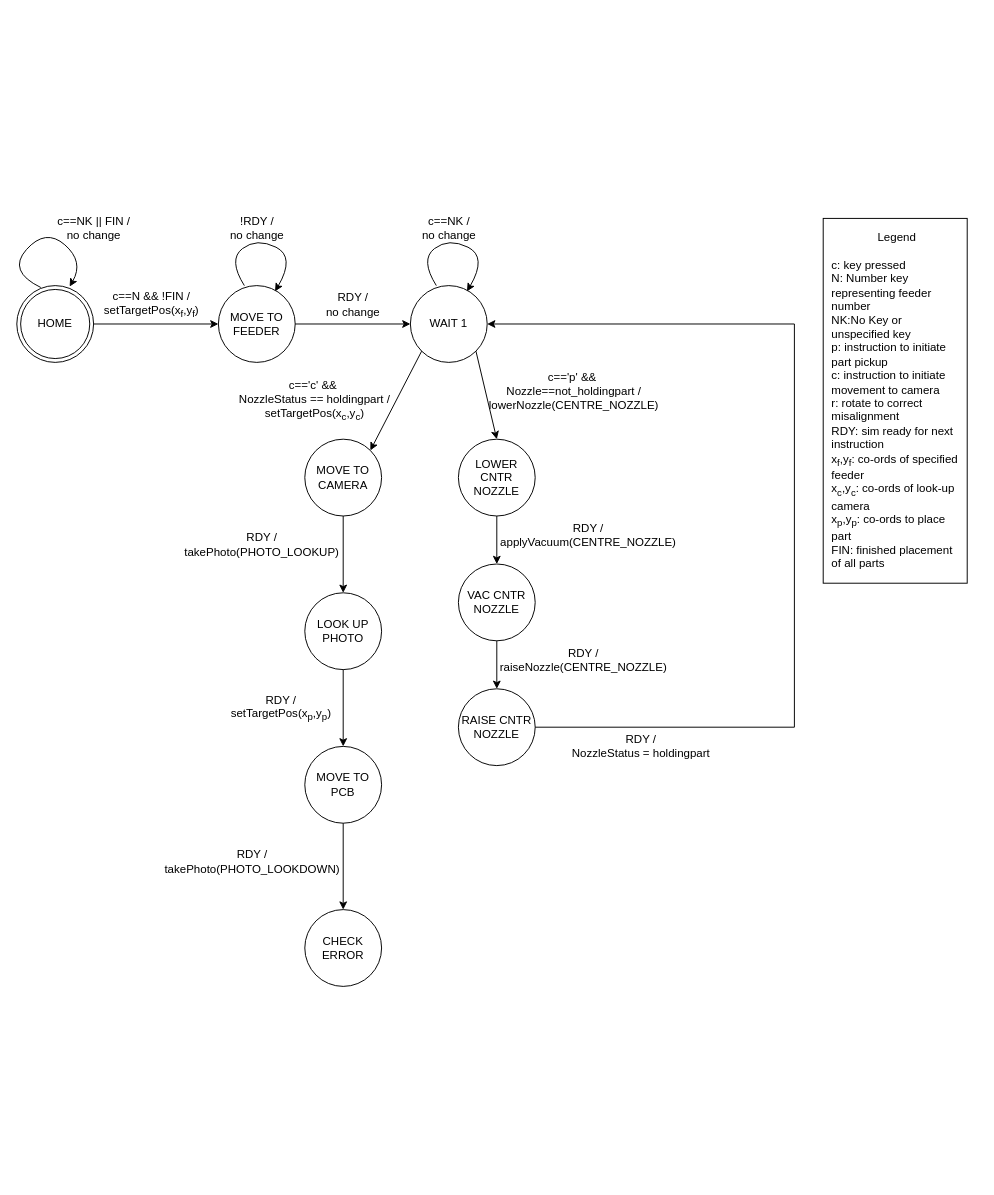
Above: statediagrampartA.drawio in djinncat/ELE4307_assignment1_2024 (draw.io), before the change. Source tidied: cells renumbered, new cells numbered last; positions are measured from the earlier drawing's top-left corner, leaving out a move shared by most shapes. Both pictures are drawn from the tidied source at 96%, with x=0, y=0 at pixel (7, 208).
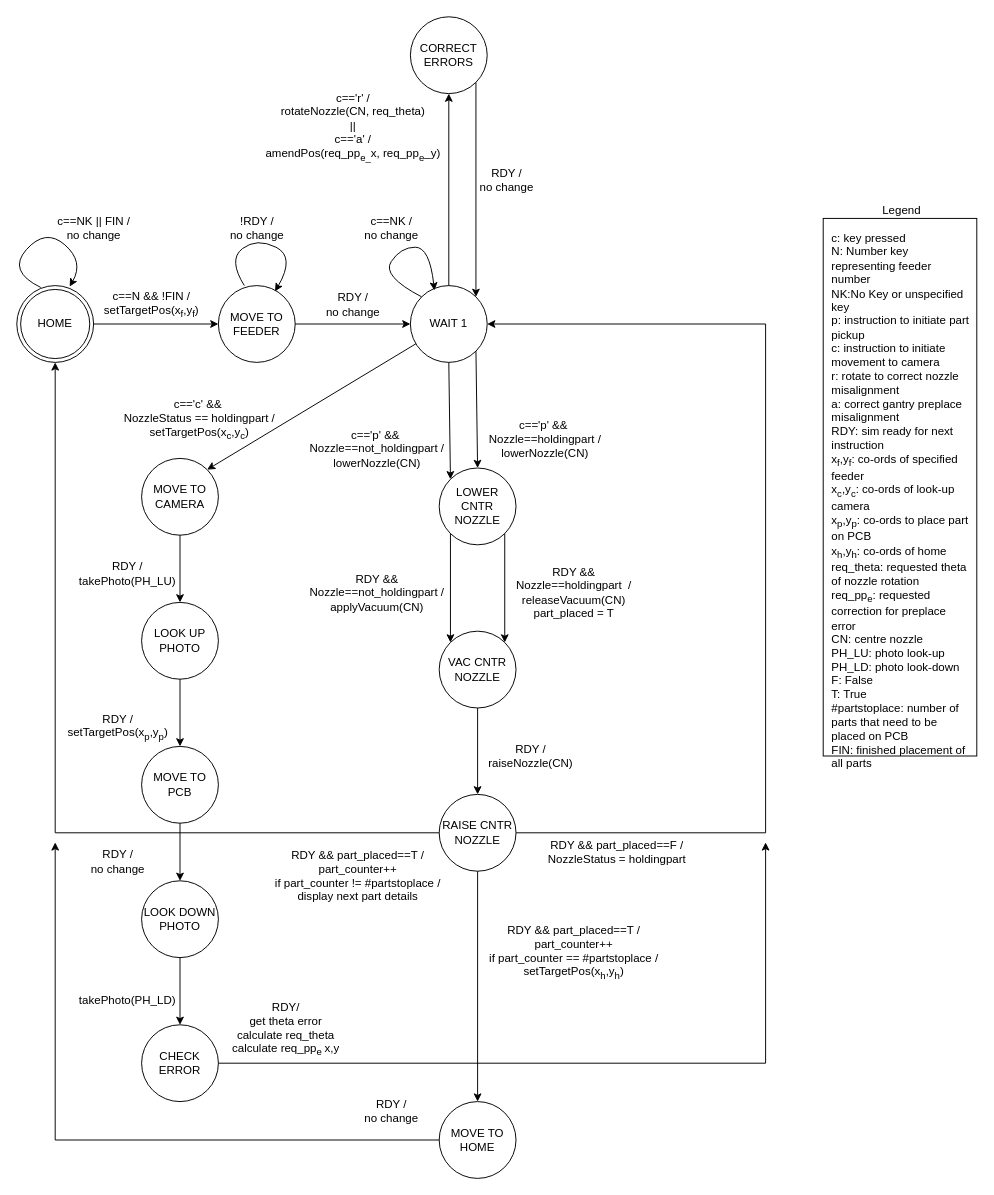
The same page after the edit.

Unchanged cells that the change refers to:
```xml
<mxCell id="2" value="HOME" style="ellipse;shape=doubleEllipse;whiteSpace=wrap;html=1;fillColor=none;" parent="1" vertex="1">
  <mxGeometry x="10" y="80" width="80" height="80" as="geometry" />
</mxCell>
<mxCell id="10" value="WAIT 1" style="ellipse;whiteSpace=wrap;html=1;fillColor=none;" parent="1" vertex="1">
  <mxGeometry x="420" y="80" width="80" height="80" as="geometry" />
</mxCell>
```

Change to the diagram source:
```diff
@@
-    <mxCell id="13" style="curved=1;endArrow=classic;html=1;rounded=0;entryX=0.738;entryY=0.075;entryDx=0;entryDy=0;entryPerimeter=0;exitX=0.338;exitY=0;exitDx=0;exitDy=0;exitPerimeter=0;" parent="1" edge="1">
+    <mxCell id="13" style="curved=1;endArrow=classic;html=1;rounded=0;entryX=0.313;entryY=0.063;entryDx=0;entryDy=0;entryPerimeter=0;exitX=0;exitY=0;exitDx=0;exitDy=0;" parent="1" edge="1" source="10" target="10">
       <mxGeometry relative="1" as="geometry">
-        <mxPoint x="447" y="80" as="sourcePoint" />
-        <mxPoint x="479" y="86" as="targetPoint" />
         <Array as="points">
-          <mxPoint x="430" y="53" />
-          <mxPoint x="460" y="30" />
-          <mxPoint x="500" y="50" />
+          <mxPoint x="390" y="70" />
+          <mxPoint x="410" y="40" />
+          <mxPoint x="440" y="40" />
         </Array>
       </mxGeometry>
     </mxCell>
     <mxCell id="14" value="&lt;div&gt;c==NK /&lt;br&gt;&lt;/div&gt;&lt;div&gt;no change&lt;br&gt;&lt;/div&gt;" style="text;html=1;align=center;verticalAlign=middle;strokeColor=none;fillColor=none;" parent="1" vertex="1">
-      <mxGeometry x="420" width="80" height="40" as="geometry" />
+      <mxGeometry x="360" width="80" height="40" as="geometry" />
     </mxCell>
-    <mxCell id="15" value="&lt;div&gt;Legend&lt;/div&gt;&lt;div&gt;&lt;br&gt;&lt;/div&gt;&lt;div align=&quot;left&quot;&gt;c: key pressed&lt;/div&gt;&lt;div align=&quot;left&quot;&gt;N: Number key representing feeder number&lt;/div&gt;&lt;div align=&quot;left&quot;&gt;NK:No Key or unspecified key&lt;/div&gt;&lt;div align=&quot;left&quot;&gt;p: instruction to initiate part pickup&lt;/div&gt;&lt;div align=&quot;left&quot;&gt;c: instruction to initiate movement to camera&lt;/div&gt;&lt;div align=&quot;left&quot;&gt;r: rotate to correct misalignment&lt;br&gt;&lt;/div&gt;&lt;div align=&quot;left&quot;&gt;RDY: sim ready for next instruction&lt;/div&gt;&lt;div align=&quot;left&quot;&gt;x&lt;sub&gt;f&lt;/sub&gt;,y&lt;sub&gt;f&lt;/sub&gt;: co-ords of specified feeder&lt;/div&gt;&lt;div align=&quot;left&quot;&gt;x&lt;sub&gt;c&lt;/sub&gt;,y&lt;sub&gt;c&lt;/sub&gt;: co-ords of look-up camera&lt;/div&gt;&lt;div align=&quot;left&quot;&gt;x&lt;sub&gt;p&lt;/sub&gt;,y&lt;sub&gt;p&lt;/sub&gt;: co-ords to place part&lt;/div&gt;&lt;div align=&quot;left&quot;&gt;FIN: finished placement of all parts&lt;br&gt;&lt;/div&gt;" style="rounded=0;whiteSpace=wrap;html=1;fillColor=none;perimeterSpacing=0;spacingRight=4;spacingLeft=8;" parent="1" vertex="1">
-      <mxGeometry x="850" y="10" width="150" height="380" as="geometry" />
+    <mxCell id="15" value="&lt;div&gt;Legend&lt;/div&gt;&lt;div&gt;&lt;br&gt;&lt;/div&gt;&lt;div align=&quot;left&quot;&gt;c: key pressed&lt;/div&gt;&lt;div align=&quot;left&quot;&gt;N: Number key representing feeder number&lt;/div&gt;&lt;div align=&quot;left&quot;&gt;NK:No Key or unspecified key&lt;/div&gt;&lt;div align=&quot;left&quot;&gt;p: instruction to initiate part pickup&lt;/div&gt;&lt;div align=&quot;left&quot;&gt;c: instruction to initiate movement to camera&lt;/div&gt;&lt;div align=&quot;left&quot;&gt;r: rotate to correct nozzle misalignment&lt;/div&gt;&lt;div align=&quot;left&quot;&gt;a: correct gantry preplace misalignment&lt;br&gt;&lt;/div&gt;&lt;div align=&quot;left&quot;&gt;RDY: sim ready for next instruction&lt;/div&gt;&lt;div align=&quot;left&quot;&gt;x&lt;sub&gt;f&lt;/sub&gt;,y&lt;sub&gt;f&lt;/sub&gt;: co-ords of specified feeder&lt;/div&gt;&lt;div align=&quot;left&quot;&gt;x&lt;sub&gt;c&lt;/sub&gt;,y&lt;sub&gt;c&lt;/sub&gt;: co-ords of look-up camera&lt;/div&gt;&lt;div align=&quot;left&quot;&gt;x&lt;sub&gt;p&lt;/sub&gt;,y&lt;sub&gt;p&lt;/sub&gt;: co-ords to place part on PCB&lt;br&gt;&lt;/div&gt;&lt;div align=&quot;left&quot;&gt;x&lt;sub&gt;h&lt;/sub&gt;,y&lt;sub&gt;h&lt;/sub&gt;: co-ords of home&lt;br&gt;&lt;/div&gt;&lt;div align=&quot;left&quot;&gt;req_theta: requested theta of nozzle rotation&lt;br&gt;&lt;/div&gt;&lt;div align=&quot;left&quot;&gt;req_pp&lt;sub&gt;e&lt;/sub&gt;: requested correction for preplace error&lt;/div&gt;&lt;div align=&quot;left&quot;&gt;CN: centre nozzle&lt;/div&gt;&lt;div align=&quot;left&quot;&gt;PH_LU: photo look-up&lt;/div&gt;&lt;div align=&quot;left&quot;&gt;PH_LD: photo look-down&lt;/div&gt;&lt;div align=&quot;left&quot;&gt;F: False&lt;/div&gt;&lt;div align=&quot;left&quot;&gt;T: True&lt;/div&gt;&lt;div align=&quot;left&quot;&gt;#partstoplace: number of parts that need to be placed on PCB&lt;br&gt;&lt;/div&gt;&lt;div align=&quot;left&quot;&gt;FIN: finished placement of all parts&lt;br&gt;&lt;/div&gt;" style="rounded=0;whiteSpace=wrap;html=1;fillColor=none;perimeterSpacing=0;spacingRight=4;spacingLeft=8;" parent="1" vertex="1">
+      <mxGeometry x="850" y="10" width="160" height="560" as="geometry" />
     </mxCell>
     <mxCell id="16" value="LOWER CNTR NOZZLE" style="ellipse;whiteSpace=wrap;html=1;fillColor=none;" parent="1" vertex="1">
-      <mxGeometry x="470" y="240" width="80" height="80" as="geometry" />
+      <mxGeometry x="450" y="270" width="80" height="80" as="geometry" />
     </mxCell>
@@
-    <mxCell id="18" value="&lt;div align=&quot;center&quot;&gt;c=='p' &amp;amp;&amp;amp;&amp;nbsp;&lt;/div&gt;&lt;div align=&quot;center&quot;&gt;Nozzle==not_holdingpart /&lt;/div&gt;&lt;div align=&quot;center&quot;&gt;lowerNozzle(CENTRE_NOZZLE)&lt;br&gt;&lt;/div&gt;" style="text;html=1;align=center;verticalAlign=middle;strokeColor=none;fillColor=none;" parent="1" vertex="1">
-      <mxGeometry x="490" y="160" width="200" height="60" as="geometry" />
+    <mxCell id="18" value="&lt;div align=&quot;center&quot;&gt;c=='p' &amp;amp;&amp;amp;&amp;nbsp;&lt;/div&gt;&lt;div align=&quot;center&quot;&gt;Nozzle==not_holdingpart /&lt;/div&gt;&lt;div align=&quot;center&quot;&gt;lowerNozzle(CN)&lt;br&gt;&lt;/div&gt;" style="text;html=1;align=center;verticalAlign=middle;strokeColor=none;fillColor=none;" parent="1" vertex="1">
+      <mxGeometry x="300" y="220" width="170" height="60" as="geometry" />
     </mxCell>
     <mxCell id="19" value="VAC CNTR NOZZLE" style="ellipse;whiteSpace=wrap;html=1;fillColor=none;" parent="1" vertex="1">
-      <mxGeometry x="470" y="370" width="80" height="80" as="geometry" />
+      <mxGeometry x="450" y="440" width="80" height="80" as="geometry" />
     </mxCell>
-    <mxCell id="20" style="endArrow=classic;html=1;rounded=0;exitX=0.5;exitY=1;exitDx=0;exitDy=0;entryX=0.5;entryY=0;entryDx=0;entryDy=0;" parent="1" edge="1" source="16" target="19">
+    <mxCell id="20" style="endArrow=classic;html=1;rounded=0;exitX=1;exitY=1;exitDx=0;exitDy=0;entryX=1;entryY=0;entryDx=0;entryDy=0;" parent="1" edge="1" source="16" target="19">
       <mxGeometry relative="1" as="geometry" />
     </mxCell>
-    <mxCell id="21" value="&lt;div&gt;RDY /&lt;/div&gt;&lt;div&gt;applyVacuum(CENTRE_NOZZLE)&lt;br&gt;&lt;/div&gt;" style="text;html=1;align=center;verticalAlign=middle;strokeColor=none;fillColor=none;" parent="1" vertex="1">
-      <mxGeometry x="500" y="320" width="210" height="40" as="geometry" />
+    <mxCell id="21" value="&lt;div&gt;RDY &amp;amp;&amp;amp; &lt;br&gt;&lt;/div&gt;&lt;div&gt;Nozzle==not_holdingpart  /&lt;/div&gt;&lt;div&gt;applyVacuum(CN)&lt;br&gt;&lt;/div&gt;" style="text;html=1;align=center;verticalAlign=middle;strokeColor=none;fillColor=none;" parent="1" vertex="1">
+      <mxGeometry x="300" y="370" width="170" height="60" as="geometry" />
     </mxCell>
     <mxCell id="22" style="edgeStyle=orthogonalEdgeStyle;rounded=0;jettySize=auto;html=1;exitX=1;exitY=0.5;exitDx=0;exitDy=0;entryX=1;entryY=0.5;entryDx=0;entryDy=0;" parent="1" edge="1" source="23" target="10">
       <mxGeometry relative="1" as="geometry">
         <Array as="points">
-          <mxPoint x="820" y="540" />
-          <mxPoint x="820" y="120" />
+          <mxPoint x="790" y="650" />
+          <mxPoint x="790" y="120" />
         </Array>
       </mxGeometry>
     </mxCell>
     <mxCell id="23" value="RAISE CNTR NOZZLE" style="ellipse;whiteSpace=wrap;html=1;fillColor=none;" parent="1" vertex="1">
-      <mxGeometry x="470" y="500" width="80" height="80" as="geometry" />
+      <mxGeometry x="450" y="610" width="80" height="80" as="geometry" />
     </mxCell>
@@
-    <mxCell id="25" value="&lt;div&gt;RDY /&lt;/div&gt;&lt;div&gt;NozzleStatus = holdingpart&lt;br&gt;&lt;/div&gt;" style="text;html=1;align=center;verticalAlign=middle;strokeColor=none;fillColor=none;" parent="1" vertex="1">
-      <mxGeometry x="575" y="540" width="170" height="40" as="geometry" />
+    <mxCell id="25" value="&lt;div&gt;RDY &amp;amp;&amp;amp; part_placed==F /&lt;/div&gt;&lt;div&gt;NozzleStatus = holdingpart&lt;br&gt;&lt;/div&gt;" style="text;html=1;align=center;verticalAlign=middle;strokeColor=none;fillColor=none;" parent="1" vertex="1">
+      <mxGeometry x="550" y="650" width="170" height="40" as="geometry" />
     </mxCell>
-    <mxCell id="26" value="&lt;div&gt;RDY /&lt;/div&gt;&lt;div&gt;raiseNozzle(CENTRE_NOZZLE)&lt;br&gt;&lt;/div&gt;" style="text;html=1;align=center;verticalAlign=middle;strokeColor=none;fillColor=none;" parent="1" vertex="1">
-      <mxGeometry x="500" y="450" width="200" height="40" as="geometry" />
+    <mxCell id="26" value="&lt;div&gt;RDY /&lt;/div&gt;&lt;div&gt;raiseNozzle(CN)&lt;br&gt;&lt;/div&gt;" style="text;html=1;align=center;verticalAlign=middle;strokeColor=none;fillColor=none;" parent="1" vertex="1">
+      <mxGeometry x="490" y="550" width="110" height="40" as="geometry" />
     </mxCell>
     <mxCell id="27" value="MOVE TO CAMERA" style="ellipse;whiteSpace=wrap;html=1;fillColor=none;" parent="1" vertex="1">
-      <mxGeometry x="310" y="240" width="80" height="80" as="geometry" />
+      <mxGeometry x="140" y="260" width="80" height="80" as="geometry" />
     </mxCell>
     <mxCell id="28" value="&lt;div&gt;c=='c' &amp;amp;&amp;amp;&amp;nbsp;&lt;/div&gt;&lt;div&gt;NozzleStatus == holdingpart /&lt;/div&gt;&lt;div&gt;setTargetPos(x&lt;sub&gt;c&lt;/sub&gt;,y&lt;sub&gt;c&lt;/sub&gt;)&lt;br&gt;&lt;/div&gt;" style="text;html=1;align=center;verticalAlign=middle;strokeColor=none;fillColor=none;" parent="1" vertex="1">
-      <mxGeometry x="230" y="170" width="180" height="60" as="geometry" />
+      <mxGeometry x="110" y="190" width="180" height="60" as="geometry" />
     </mxCell>
-    <mxCell id="29" style="endArrow=classic;html=1;rounded=0;exitX=0;exitY=1;exitDx=0;exitDy=0;entryX=1;entryY=0;entryDx=0;entryDy=0;" parent="1" edge="1" source="10" target="27">
+    <mxCell id="29" style="endArrow=classic;html=1;rounded=0;entryX=1;entryY=0;entryDx=0;entryDy=0;" parent="1" edge="1" source="10" target="27">
       <mxGeometry relative="1" as="geometry" />
     </mxCell>
@@
     <mxCell id="31" value="LOOK UP PHOTO" style="ellipse;whiteSpace=wrap;html=1;fillColor=none;" parent="1" vertex="1">
-      <mxGeometry x="310" y="400" width="80" height="80" as="geometry" />
+      <mxGeometry x="140" y="410" width="80" height="80" as="geometry" />
     </mxCell>
-    <mxCell id="32" value="&lt;div&gt;RDY / &lt;br&gt;&lt;/div&gt;&lt;div&gt;takePhoto(PHOTO_LOOKUP)&lt;br&gt;&lt;/div&gt;" style="text;html=1;align=center;verticalAlign=middle;strokeColor=none;fillColor=none;" parent="1" vertex="1">
-      <mxGeometry x="170" y="330" width="190" height="40" as="geometry" />
+    <mxCell id="32" value="&lt;div&gt;RDY / &lt;br&gt;&lt;/div&gt;&lt;div&gt;takePhoto(PH_LU)&lt;br&gt;&lt;/div&gt;" style="text;html=1;align=center;verticalAlign=middle;strokeColor=none;fillColor=none;" parent="1" vertex="1">
+      <mxGeometry x="60" y="360" width="130" height="40" as="geometry" />
     </mxCell>
     <mxCell id="33" value="MOVE TO PCB" style="ellipse;whiteSpace=wrap;html=1;fillColor=none;" parent="1" vertex="1">
-      <mxGeometry x="310" y="560" width="80" height="80" as="geometry" />
+      <mxGeometry x="140" y="560" width="80" height="80" as="geometry" />
     </mxCell>
@@
     <mxCell id="35" value="&lt;div&gt;RDY /&lt;/div&gt;&lt;div&gt;setTargetPos(x&lt;sub&gt;p&lt;/sub&gt;,y&lt;sub&gt;p&lt;/sub&gt;) &lt;/div&gt;" style="text;html=1;align=center;verticalAlign=middle;strokeColor=none;fillColor=none;" parent="1" vertex="1">
-      <mxGeometry x="220" y="500" width="130" height="40" as="geometry" />
+      <mxGeometry x="50" y="520" width="130" height="40" as="geometry" />
     </mxCell>
     <mxCell id="36" value="CHECK ERROR" style="ellipse;whiteSpace=wrap;html=1;fillColor=none;" parent="1" vertex="1">
-      <mxGeometry x="310" y="730" width="80" height="80" as="geometry" />
+      <mxGeometry x="140" y="850" width="80" height="80" as="geometry" />
     </mxCell>
-    <mxCell id="37" style="endArrow=classic;html=1;rounded=0;exitX=0.5;exitY=1;exitDx=0;exitDy=0;entryX=0.5;entryY=0;entryDx=0;entryDy=0;" parent="1" edge="1" source="33" target="36">
+    <mxCell id="37" style="endArrow=classic;html=1;rounded=0;exitX=0.5;exitY=1;exitDx=0;exitDy=0;entryX=0.5;entryY=0;entryDx=0;entryDy=0;" parent="1" edge="1" source="33" target="50">
       <mxGeometry relative="1" as="geometry" />
     </mxCell>
-    <mxCell id="38" value="&lt;div&gt;RDY /&lt;/div&gt;&lt;div&gt;takePhoto(PHOTO_LOOKDOWN)&lt;br&gt;&lt;/div&gt;" style="text;html=1;align=center;verticalAlign=middle;strokeColor=none;fillColor=none;" parent="1" vertex="1">
-      <mxGeometry x="150" y="660" width="210" height="40" as="geometry" />
+    <mxCell id="38" value="&lt;div&gt;RDY /&lt;/div&gt;&lt;div&gt;no change&lt;br&gt;&lt;/div&gt;" style="text;html=1;align=center;verticalAlign=middle;strokeColor=none;fillColor=none;" parent="1" vertex="1">
+      <mxGeometry x="75" y="660" width="80" height="40" as="geometry" />
     </mxCell>
+    <mxCell id="39" style="endArrow=classic;html=1;rounded=0;exitX=1;exitY=0.5;exitDx=0;exitDy=0;" parent="1" edge="1" source="36">
+      <mxGeometry relative="1" as="geometry">
+        <mxPoint x="790" y="660" as="targetPoint" />
+        <Array as="points">
+          <mxPoint x="790" y="890" />
+        </Array>
+      </mxGeometry>
+    </mxCell>
+    <mxCell id="40" value="&lt;div&gt;RDY/&lt;/div&gt;&lt;div&gt;get theta error&lt;br&gt;&lt;/div&gt;&lt;div&gt;calculate req_theta&lt;br&gt;&lt;/div&gt;&lt;div&gt;calculate req_pp&lt;sub&gt;e &lt;/sub&gt;x,y&lt;br&gt;&lt;/div&gt;" style="text;html=1;align=center;verticalAlign=middle;strokeColor=none;fillColor=none;" parent="1" vertex="1">
+      <mxGeometry x="220" y="820" width="140" height="70" as="geometry" />
+    </mxCell>
+    <mxCell id="41" value="CORRECT ERRORS" style="ellipse;whiteSpace=wrap;html=1;fillColor=none;" parent="1" vertex="1">
+      <mxGeometry x="420" y="-200" width="80" height="80" as="geometry" />
+    </mxCell>
+    <mxCell id="42" style="endArrow=classic;html=1;rounded=0;entryX=0.5;entryY=1;entryDx=0;entryDy=0;exitX=0.5;exitY=0;exitDx=0;exitDy=0;" parent="1" edge="1" source="10" target="41">
+      <mxGeometry relative="1" as="geometry" />
+    </mxCell>
+    <mxCell id="43" value="&lt;div&gt;c=='r' /&lt;/div&gt;&lt;div&gt;rotateNozzle(CN, req_theta)&lt;/div&gt;&lt;div&gt;||&lt;/div&gt;&lt;div&gt;c=='a' /&lt;/div&gt;&lt;div&gt;amendPos(req_pp&lt;sub&gt;e_&lt;/sub&gt;x,&amp;nbsp;req_pp&lt;sub&gt;e&lt;/sub&gt;_y)&lt;br&gt;&lt;/div&gt;" style="text;html=1;align=center;verticalAlign=middle;strokeColor=none;fillColor=none;" parent="1" vertex="1">
+      <mxGeometry x="255" y="-130" width="210" height="90" as="geometry" />
+    </mxCell>
+    <mxCell id="44" style="endArrow=classic;html=1;rounded=0;exitX=1;exitY=1;exitDx=0;exitDy=0;entryX=1;entryY=0;entryDx=0;entryDy=0;" parent="1" edge="1" source="41" target="10">
+      <mxGeometry relative="1" as="geometry" />
+    </mxCell>
+    <mxCell id="45" value="&lt;div&gt;RDY /&lt;/div&gt;&lt;div&gt;no change&lt;br&gt;&lt;/div&gt;" style="text;html=1;align=center;verticalAlign=middle;strokeColor=none;fillColor=none;" parent="1" vertex="1">
+      <mxGeometry x="480" y="-50" width="80" height="40" as="geometry" />
+    </mxCell>
+    <mxCell id="46" style="endArrow=classic;html=1;rounded=0;exitX=0.5;exitY=1;exitDx=0;exitDy=0;entryX=0;entryY=0;entryDx=0;entryDy=0;" parent="1" edge="1" source="10" target="16">
+      <mxGeometry relative="1" as="geometry" />
+    </mxCell>
+    <mxCell id="47" value="&lt;div align=&quot;center&quot;&gt;c=='p' &amp;amp;&amp;amp;&amp;nbsp;&lt;/div&gt;&lt;div align=&quot;center&quot;&gt;Nozzle==holdingpart /&lt;/div&gt;&lt;div align=&quot;center&quot;&gt;lowerNozzle(CN)&lt;br&gt;&lt;/div&gt;" style="text;html=1;align=center;verticalAlign=middle;strokeColor=none;fillColor=none;" parent="1" vertex="1">
+      <mxGeometry x="490" y="210" width="140" height="60" as="geometry" />
+    </mxCell>
+    <mxCell id="48" value="&lt;div&gt;RDY &amp;amp;&amp;amp;&lt;/div&gt;&lt;div&gt;Nozzle==holdingpart&amp;nbsp; /&lt;/div&gt;&lt;div&gt;releaseVacuum(CN)&lt;/div&gt;&lt;div&gt;part_placed = T&lt;/div&gt;" style="text;html=1;align=center;verticalAlign=middle;strokeColor=none;fillColor=none;" parent="1" vertex="1">
+      <mxGeometry x="520" y="365" width="140" height="70" as="geometry" />
+    </mxCell>
+    <mxCell id="49" style="endArrow=classic;html=1;rounded=0;exitX=0;exitY=1;exitDx=0;exitDy=0;entryX=0;entryY=0;entryDx=0;entryDy=0;" parent="1" edge="1" source="16" target="19">
+      <mxGeometry relative="1" as="geometry" />
+    </mxCell>
+    <mxCell id="50" value="LOOK DOWN PHOTO" style="ellipse;whiteSpace=wrap;html=1;fillColor=none;" parent="1" vertex="1">
+      <mxGeometry x="140" y="700" width="80" height="80" as="geometry" />
+    </mxCell>
+    <mxCell id="51" style="endArrow=classic;html=1;rounded=0;exitX=0.5;exitY=1;exitDx=0;exitDy=0;entryX=0.5;entryY=0;entryDx=0;entryDy=0;" parent="1" edge="1" source="50" target="36">
+      <mxGeometry relative="1" as="geometry" />
+    </mxCell>
+    <mxCell id="52" value="takePhoto(PH_LD)" style="text;html=1;align=center;verticalAlign=middle;strokeColor=none;fillColor=none;" parent="1" vertex="1">
+      <mxGeometry x="60" y="810" width="130" height="30" as="geometry" />
+    </mxCell>
+    <mxCell id="53" value="&lt;div&gt;RDY &amp;amp;&amp;amp; part_placed==T /&lt;/div&gt;&lt;div&gt;part_counter++&lt;/div&gt;&lt;div&gt;if part_counter !=&amp;nbsp;#partstoplace /&lt;br&gt;&lt;/div&gt;&lt;div&gt;display next part details&lt;br&gt;&lt;/div&gt;" style="text;html=1;align=center;verticalAlign=middle;strokeColor=none;fillColor=none;" parent="1" vertex="1">
+      <mxGeometry x="265" y="660" width="200" height="70" as="geometry" />
+    </mxCell>
+    <mxCell id="54" style="endArrow=classic;html=1;rounded=0;exitX=0;exitY=0.5;exitDx=0;exitDy=0;entryX=0.5;entryY=1;entryDx=0;entryDy=0;" parent="1" edge="1" source="23" target="2">
+      <mxGeometry relative="1" as="geometry">
+        <Array as="points">
+          <mxPoint x="50" y="650" />
+        </Array>
+      </mxGeometry>
+    </mxCell>
+    <mxCell id="55" value="&lt;div&gt;RDY &amp;amp;&amp;amp; part_placed==T /&lt;/div&gt;&lt;div&gt;part_counter++&lt;/div&gt;&lt;div&gt;if part_counter ==&amp;nbsp;#partstoplace /&lt;br&gt;&lt;/div&gt;&lt;div&gt;setTargetPos(x&lt;sub&gt;h&lt;/sub&gt;,y&lt;sub&gt;h&lt;/sub&gt;)&lt;/div&gt;" style="text;html=1;align=center;verticalAlign=middle;strokeColor=none;fillColor=none;" parent="1" vertex="1">
+      <mxGeometry x="490" y="740" width="200" height="70" as="geometry" />
+    </mxCell>
+    <mxCell id="56" value="MOVE TO HOME" style="ellipse;whiteSpace=wrap;html=1;fillColor=none;" parent="1" vertex="1">
+      <mxGeometry x="450" y="930" width="80" height="80" as="geometry" />
+    </mxCell>
+    <mxCell id="57" style="endArrow=classic;html=1;rounded=0;exitX=0.5;exitY=1;exitDx=0;exitDy=0;" parent="1" edge="1" source="23" target="56">
+      <mxGeometry relative="1" as="geometry" />
+    </mxCell>
+    <mxCell id="58" value="&lt;div&gt;RDY /&lt;/div&gt;&lt;div&gt;no change&lt;br&gt;&lt;/div&gt;" style="text;html=1;align=center;verticalAlign=middle;strokeColor=none;fillColor=none;" parent="1" vertex="1">
+      <mxGeometry x="360" y="920" width="80" height="40" as="geometry" />
+    </mxCell>
+    <mxCell id="59" style="endArrow=classic;html=1;rounded=0;exitX=0;exitY=0.5;exitDx=0;exitDy=0;" parent="1" edge="1" source="56">
+      <mxGeometry relative="1" as="geometry">
+        <mxPoint x="50" y="660" as="targetPoint" />
+        <Array as="points">
+          <mxPoint x="50" y="970" />
+        </Array>
+      </mxGeometry>
+    </mxCell>
```
